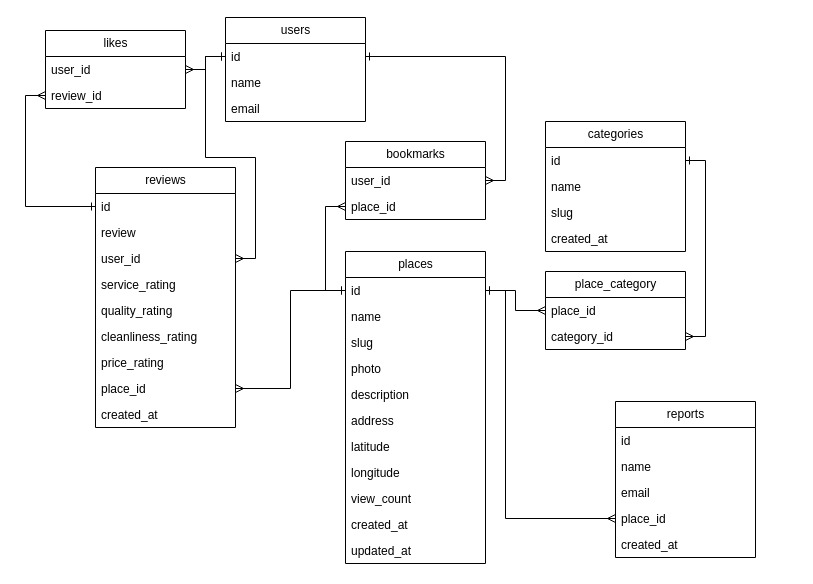
yhyasyrian/place-rating keeps this draw.io diagram as database/RelationSchema.drawio. Above is the earlier version. Source tidied: cells renumbered, new cells numbered last; positions are measured from the earlier drawing's top-left corner, leaving out a move shared by most shapes. Both pictures are drawn from the tidied source at 100%, with x=0, y=0 at pixel (25, 17).
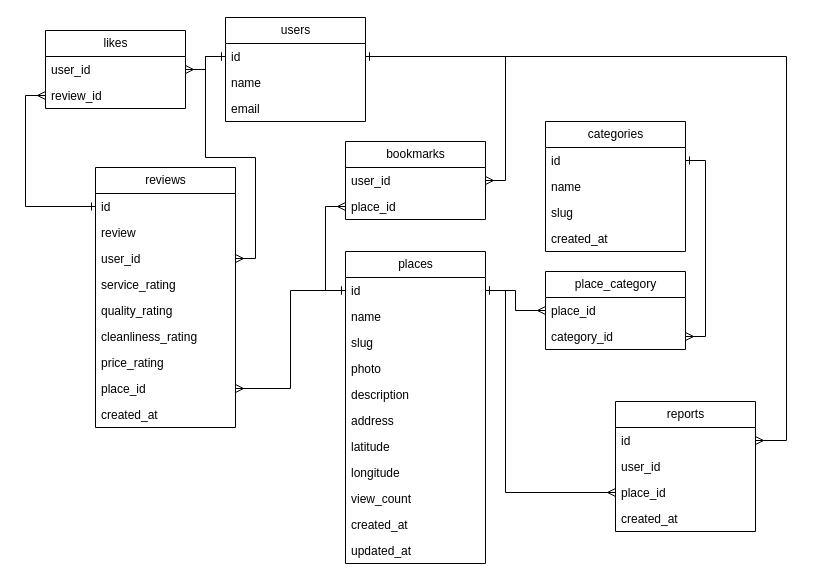
The same diagram, later.

Unchanged cells that the change refers to:
```xml
<mxCell id="3" value="id" style="text;strokeColor=none;fillColor=none;align=left;verticalAlign=top;spacingLeft=4;spacingRight=4;overflow=hidden;points=[[0,0.5],[1,0.5]];portConstraint=eastwest;whiteSpace=wrap;html=1;" parent="2" vertex="1">
  <mxGeometry y="26" width="140" height="26" as="geometry" />
</mxCell>
<mxCell id="12" value="id" style="text;strokeColor=none;fillColor=none;align=left;verticalAlign=top;spacingLeft=4;spacingRight=4;overflow=hidden;points=[[0,0.5],[1,0.5]];portConstraint=eastwest;whiteSpace=wrap;html=1;" parent="11" vertex="1">
  <mxGeometry y="26" width="140" height="26" as="geometry" />
</mxCell>
<mxCell id="40" value="id" style="text;strokeColor=none;fillColor=none;align=left;verticalAlign=top;spacingLeft=4;spacingRight=4;overflow=hidden;points=[[0,0.5],[1,0.5]];portConstraint=eastwest;whiteSpace=wrap;html=1;" parent="39" vertex="1">
  <mxGeometry y="26" width="140" height="26" as="geometry" />
</mxCell>
```

Diff of the diagram source:
```diff
@@
     <mxCell id="39" value="reports" style="swimlane;fontStyle=0;horizontal=1;startSize=26;html=1;" parent="1" vertex="1">
-      <mxGeometry x="590" y="384" width="140" height="156" as="geometry" />
+      <mxGeometry x="590" y="384" width="140" height="130" as="geometry" />
     </mxCell>
@@
-    <mxCell id="41" value="name" style="text;strokeColor=none;fillColor=none;align=left;verticalAlign=top;spacingLeft=4;spacingRight=4;overflow=hidden;whiteSpace=wrap;html=1;" parent="39" vertex="1">
+    <mxCell id="41" value="user_id" style="text;strokeColor=none;fillColor=none;align=left;verticalAlign=top;spacingLeft=4;spacingRight=4;overflow=hidden;whiteSpace=wrap;html=1;" parent="39" vertex="1">
       <mxGeometry y="52" width="140" height="26" as="geometry" />
     </mxCell>
-    <mxCell id="42" value="email" style="text;strokeColor=none;fillColor=none;align=left;verticalAlign=top;spacingLeft=4;spacingRight=4;overflow=hidden;whiteSpace=wrap;html=1;" parent="39" vertex="1">
-      <mxGeometry y="78" width="140" height="26" as="geometry" />
-    </mxCell>
     <mxCell id="43" value="&lt;div style=&quot;text-align: center;&quot;&gt;&lt;span style=&quot;background-color: initial; text-wrap: nowrap;&quot;&gt;place_id&lt;/span&gt;&lt;/div&gt;" style="text;strokeColor=none;fillColor=none;align=left;verticalAlign=top;spacingLeft=4;spacingRight=4;overflow=hidden;points=[[0,0.5],[1,0.5]];portConstraint=eastwest;whiteSpace=wrap;html=1;" parent="39" vertex="1">
-      <mxGeometry y="104" width="140" height="26" as="geometry" />
+      <mxGeometry y="78" width="140" height="26" as="geometry" />
     </mxCell>
     <mxCell id="44" value="&lt;span style=&quot;text-align: center; text-wrap: nowrap;&quot;&gt;created_at&lt;/span&gt;" style="text;strokeColor=none;fillColor=none;align=left;verticalAlign=top;spacingLeft=4;spacingRight=4;overflow=hidden;whiteSpace=wrap;html=1;" parent="39" vertex="1">
-      <mxGeometry y="130" width="140" height="26" as="geometry" />
+      <mxGeometry y="104" width="140" height="26" as="geometry" />
     </mxCell>
     <mxCell id="45" style="edgeStyle=orthogonalEdgeStyle;rounded=0;jettySize=auto;html=1;endArrow=ERone;endFill=0;startArrow=ERmany;startFill=0;" parent="1" edge="1" source="43" target="12">
       <mxGeometry relative="1" as="geometry">
         <Array as="points">
-          <mxPoint x="480" y="501" />
+          <mxPoint x="480" y="475" />
           <mxPoint x="480" y="273" />
         </Array>
       </mxGeometry>
     </mxCell>
@@
+    <mxCell id="57" style="edgeStyle=orthogonalEdgeStyle;rounded=0;jettySize=auto;html=1;endArrow=ERone;endFill=0;startArrow=ERmany;startFill=0;" parent="1" edge="1" source="40" target="3">
+      <mxGeometry relative="1" as="geometry">
+        <Array as="points">
+          <mxPoint x="761" y="423" />
+          <mxPoint x="761" y="39" />
+        </Array>
+      </mxGeometry>
+    </mxCell>
```
